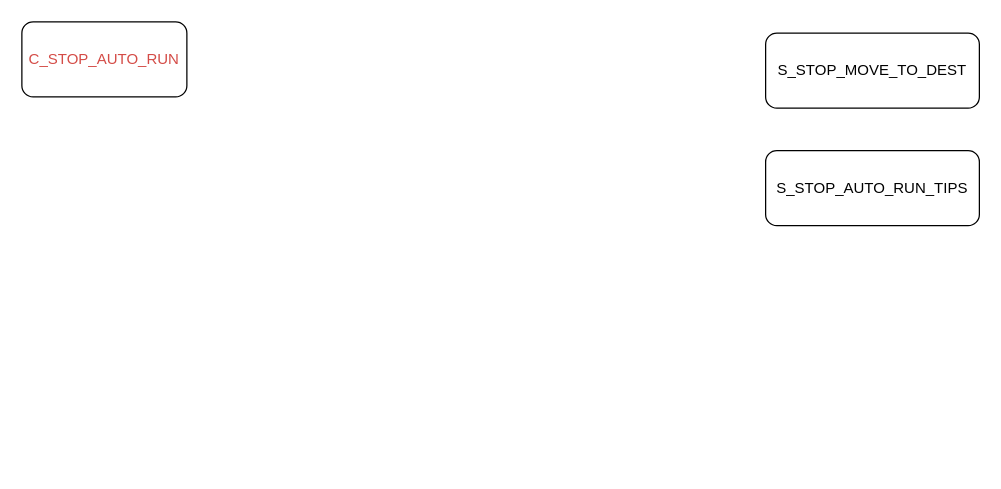
This is G123/g123s2.drawio from breezerzxq/Diagram, a draw.io file, before an edit. Source tidied: cells renumbered, new cells numbered last; positions are measured from the earlier drawing's top-left corner, leaving out a move shared by most shapes. Both pictures are drawn from the tidied source at 125%, with x=0, y=0 at pixel (21, 21).
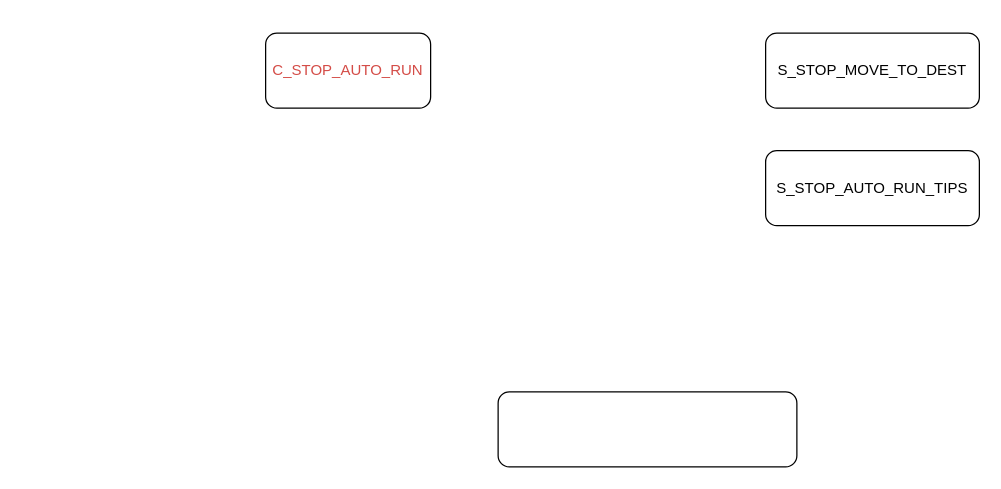
Above is the later version.

Change to the diagram source:
```diff
@@
 <mxGraphModel>
   <root>
     <mxCell id="0" />
     <mxCell id="1" parent="0" />
     <mxCell id="2" value="&lt;span class=&quot;notion-enable-hover&quot; style=&quot;color:rgba(212, 76, 71, 1);fill:rgba(212, 76, 71, 1);isolation:auto&quot;&gt;C_STOP_AUTO_RUN&lt;/span&gt;" style="rounded=1;whiteSpace=wrap;html=1;" parent="1" vertex="1">
-      <mxGeometry width="132" height="60" as="geometry" />
+      <mxGeometry x="195" y="9" width="132" height="60" as="geometry" />
     </mxCell>
     <mxCell id="3" value="S_STOP_MOVE_TO_DEST" style="rounded=1;whiteSpace=wrap;html=1;" parent="1" vertex="1">
       <mxGeometry x="595" y="9" width="171" height="60" as="geometry" />
     </mxCell>
     <mxCell id="4" value="S_STOP_AUTO_RUN_TIPS" style="rounded=1;whiteSpace=wrap;html=1;" parent="1" vertex="1">
       <mxGeometry x="595" y="103" width="171" height="60" as="geometry" />
     </mxCell>
+    <mxCell id="5" value="&lt;div style=&quot;color: rgb(204, 204, 204); background-color: rgb(31, 31, 31); font-family: Consolas, &amp;quot;Courier New&amp;quot;, monospace; font-size: 14px; line-height: 19px; white-space: pre;&quot;&gt;&lt;br&gt;&lt;/div&gt;" style="rounded=1;whiteSpace=wrap;html=1;" parent="1" vertex="1">
+      <mxGeometry x="381" y="296" width="239" height="60" as="geometry" />
+    </mxCell>
   </root>
 </mxGraphModel>
```
